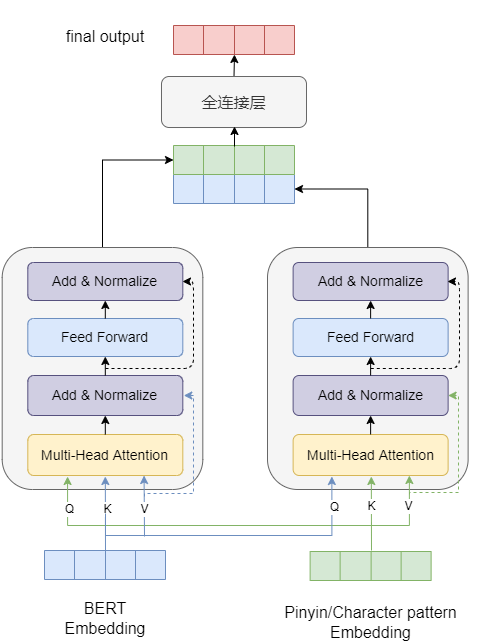
Earlier version of the draw.io export Cross-Transformer.png (AdamFocus/draw). Source tidied: cells renumbered, new cells last; positions are measured from the earlier drawing's top-left corner, leaving out a move shared by most shapes.
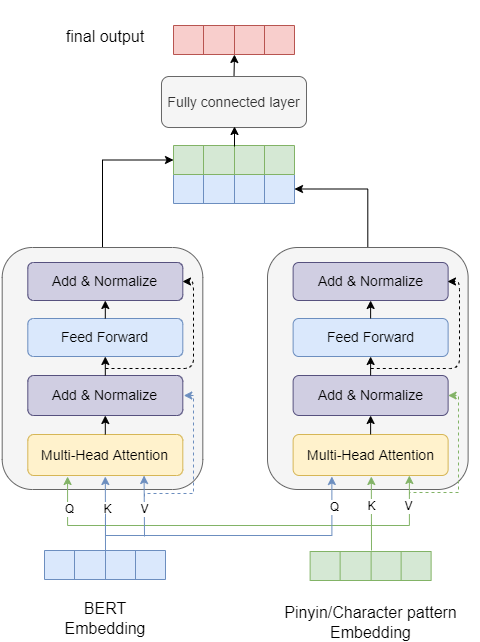
Later version of the same file.

The edit, as a diff of the source:
```diff
@@ -231,7 +231,7 @@
     <mxCell id="58" style="edgeStyle=orthogonalEdgeStyle;rounded=0;jettySize=auto;html=1;exitX=0.5;exitY=0;exitDx=0;exitDy=0;entryX=0.504;entryY=1;entryDx=0;entryDy=0;entryPerimeter=0;" parent="1" edge="1" source="59" target="62">
       <mxGeometry relative="1" as="geometry" />
     </mxCell>
-    <mxCell id="59" value="&lt;font style=&quot;font-size: 16px;&quot;&gt;全连接层&lt;/font&gt;" style="rounded=1;whiteSpace=wrap;html=1;fillColor=#f5f5f5;strokeColor=#666666;fontColor=#333333;" parent="1" vertex="1">
+    <mxCell id="59" value="&lt;span style=&quot;font-family: &amp;quot;Helvetica Neue&amp;quot;, Helvetica, Arial, &amp;quot;PingFang SC&amp;quot;, &amp;quot;Hiragino Sans GB&amp;quot;, &amp;quot;Microsoft YaHei&amp;quot;, &amp;quot;WenQuanYi Micro Hei&amp;quot;, sans-serif; text-align: start;&quot;&gt;&lt;font style=&quot;font-size: 14px;&quot;&gt;Fully connected layer&lt;/font&gt;&lt;/span&gt;" style="rounded=1;whiteSpace=wrap;html=1;fillColor=#f5f5f5;strokeColor=#666666;fontColor=#333333;" parent="1" vertex="1">
       <mxGeometry x="161" y="76" width="145" height="51" as="geometry" />
     </mxCell>
     <mxCell id="60" style="endArrow=classic;html=1;rounded=0;fontSize=20;entryX=1;entryY=0.5;entryDx=0;entryDy=0;edgeStyle=orthogonalEdgeStyle;dashed=1;fillColor=#dae8fc;strokeColor=#6c8ebf;" parent="1" edge="1">
```
